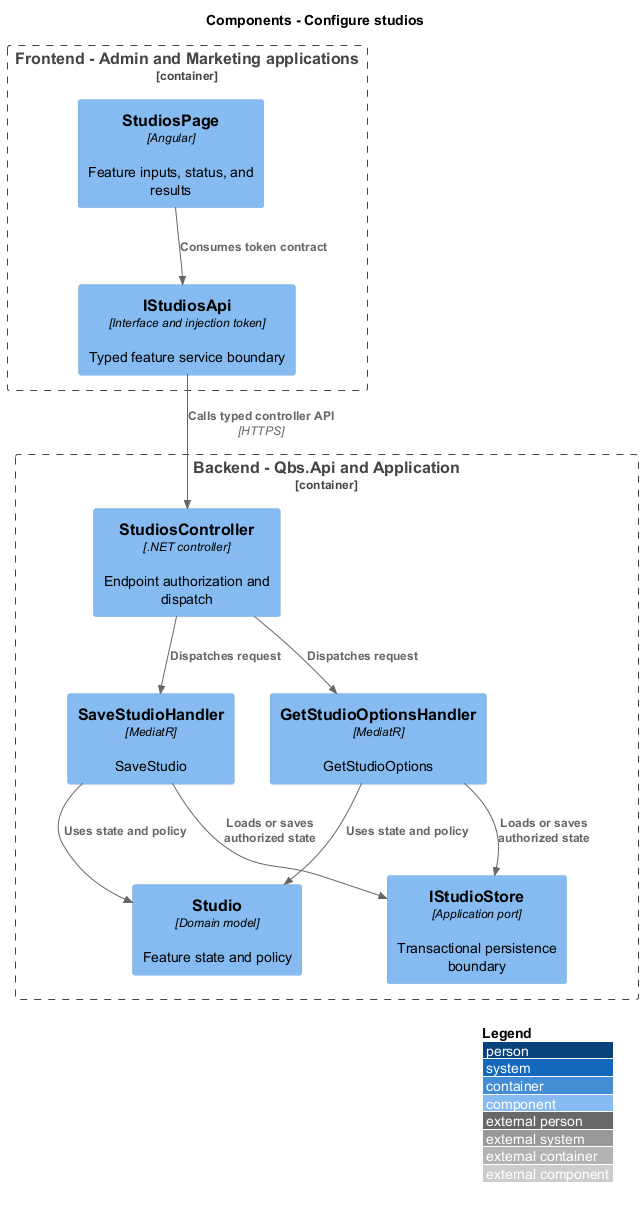
Before: docs/detailed-designs/quotations/configure-studios/diagrams/c4-component.png, a diagram exported from PlantUML (QuinntyneBrown/quinntyne-brown-studio). Source of this version:
```plantuml
@startuml
!include <C4/C4_Component>
LAYOUT_WITH_LEGEND()
title Components - Configure studios
Container_Boundary(frontend, "Frontend - Admin and Marketing applications") {
 Component(page, "StudiosPage", "Angular", "Feature inputs, status, and results")
 Component(client, "IStudiosApi", "Interface and injection token", "Typed feature service boundary")
}
Container_Boundary(api, "Backend - Qbs.Api and Application") {
 Component(ctrl, "StudiosController", ".NET controller", "Endpoint authorization and dispatch")
 Component(handler0, "SaveStudioHandler", "MediatR", "SaveStudio")
 Component(handler1, "GetStudioOptionsHandler", "MediatR", "GetStudioOptions")
 Component(entity, "Studio", "Domain model", "Feature state and policy")
 Component(store, "IStudioStore", "Application port", "Transactional persistence boundary")
}
Rel(page, client, "Consumes token contract")
Rel(client, ctrl, "Calls typed controller API", "HTTPS")
Rel(ctrl, handler0, "Dispatches request")
Rel(handler0, entity, "Uses state and policy")
Rel(handler0, store, "Loads or saves authorized state")
Rel(ctrl, handler1, "Dispatches request")
Rel(handler1, entity, "Uses state and policy")
Rel(handler1, store, "Loads or saves authorized state")
@enduml
```
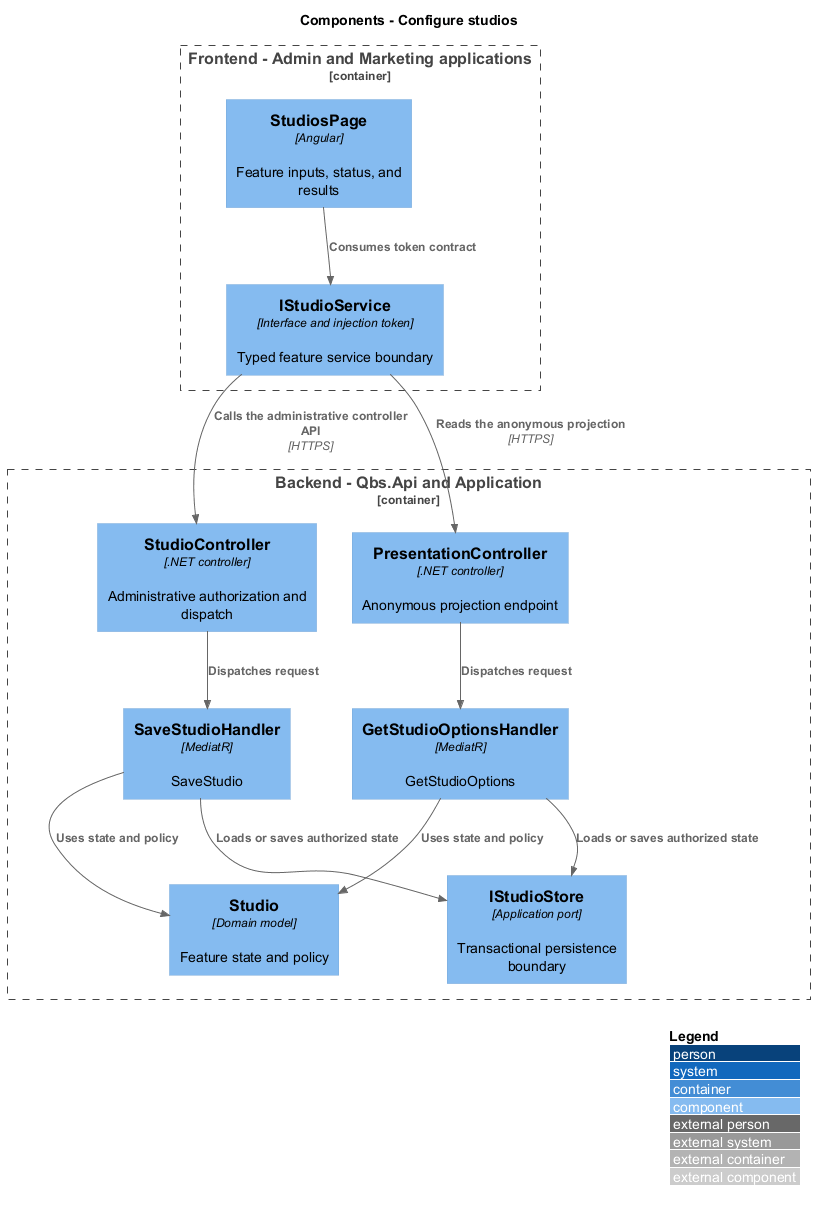
Later version of the same file.

The edit, as a diff of the source:
```diff
@@ -4,21 +4,23 @@
 title Components - Configure studios
 Container_Boundary(frontend, "Frontend - Admin and Marketing applications") {
  Component(page, "StudiosPage", "Angular", "Feature inputs, status, and results")
- Component(client, "IStudiosApi", "Interface and injection token", "Typed feature service boundary")
+ Component(client, "IStudioService", "Interface and injection token", "Typed feature service boundary")
 }
 Container_Boundary(api, "Backend - Qbs.Api and Application") {
- Component(ctrl, "StudiosController", ".NET controller", "Endpoint authorization and dispatch")
+ Component(ctrl, "StudioController", ".NET controller", "Administrative authorization and dispatch")
+ Component(publicCtrl, "PresentationController", ".NET controller", "Anonymous projection endpoint")
  Component(handler0, "SaveStudioHandler", "MediatR", "SaveStudio")
  Component(handler1, "GetStudioOptionsHandler", "MediatR", "GetStudioOptions")
  Component(entity, "Studio", "Domain model", "Feature state and policy")
  Component(store, "IStudioStore", "Application port", "Transactional persistence boundary")
 }
 Rel(page, client, "Consumes token contract")
-Rel(client, ctrl, "Calls typed controller API", "HTTPS")
+Rel(client, ctrl, "Calls the administrative controller API", "HTTPS")
+Rel(client, publicCtrl, "Reads the anonymous projection", "HTTPS")
 Rel(ctrl, handler0, "Dispatches request")
 Rel(handler0, entity, "Uses state and policy")
 Rel(handler0, store, "Loads or saves authorized state")
-Rel(ctrl, handler1, "Dispatches request")
+Rel(publicCtrl, handler1, "Dispatches request")
 Rel(handler1, entity, "Uses state and policy")
 Rel(handler1, store, "Loads or saves authorized state")
 @enduml
```
